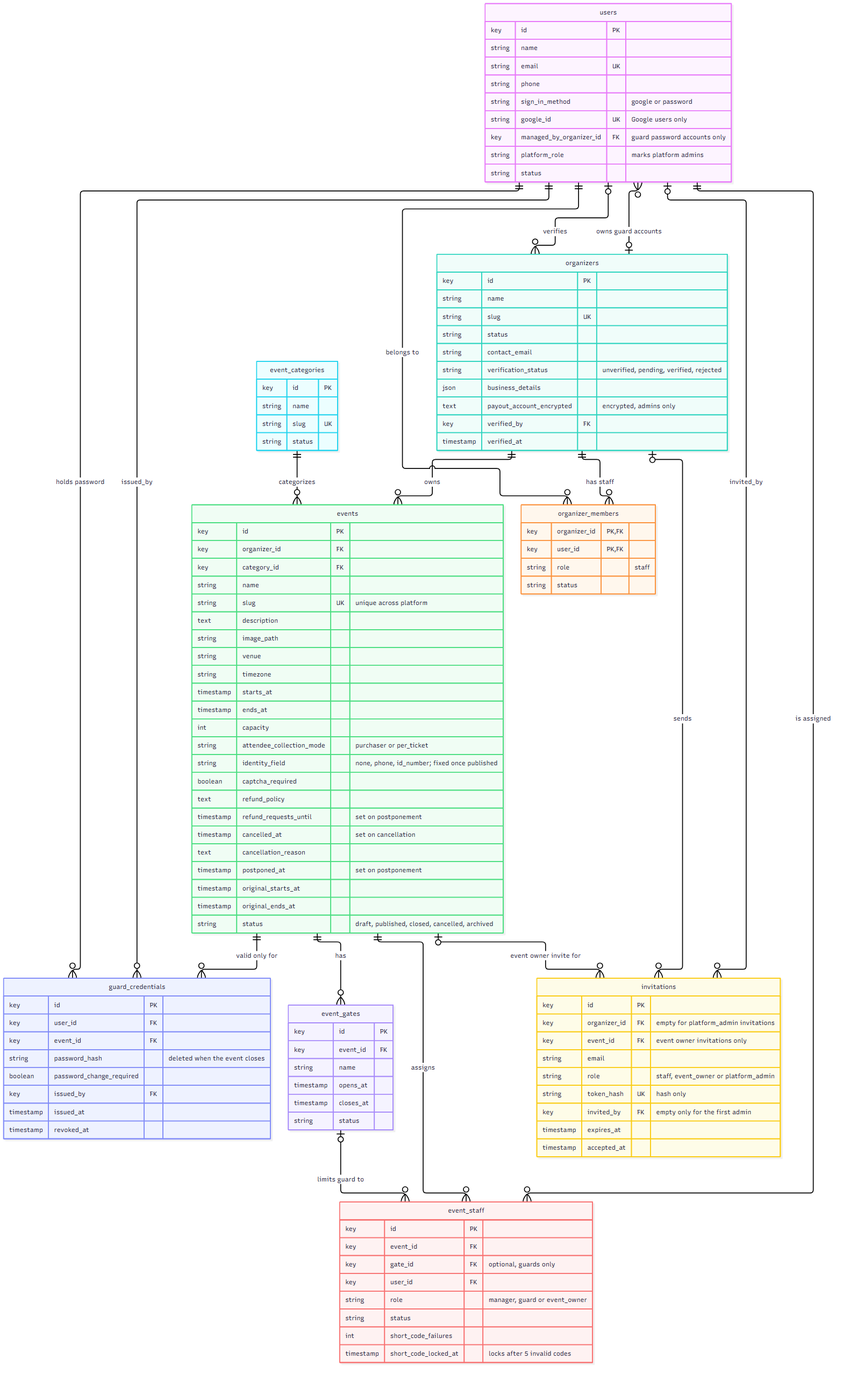
This is doc/diagrams/erd/01-identity-and-tenancy.png from kreativesahara/ticket, a Mermaid export, as it was before one commit. Its source is kept beside it as doc/diagrams/erd/01-identity-and-tenancy.mmd.
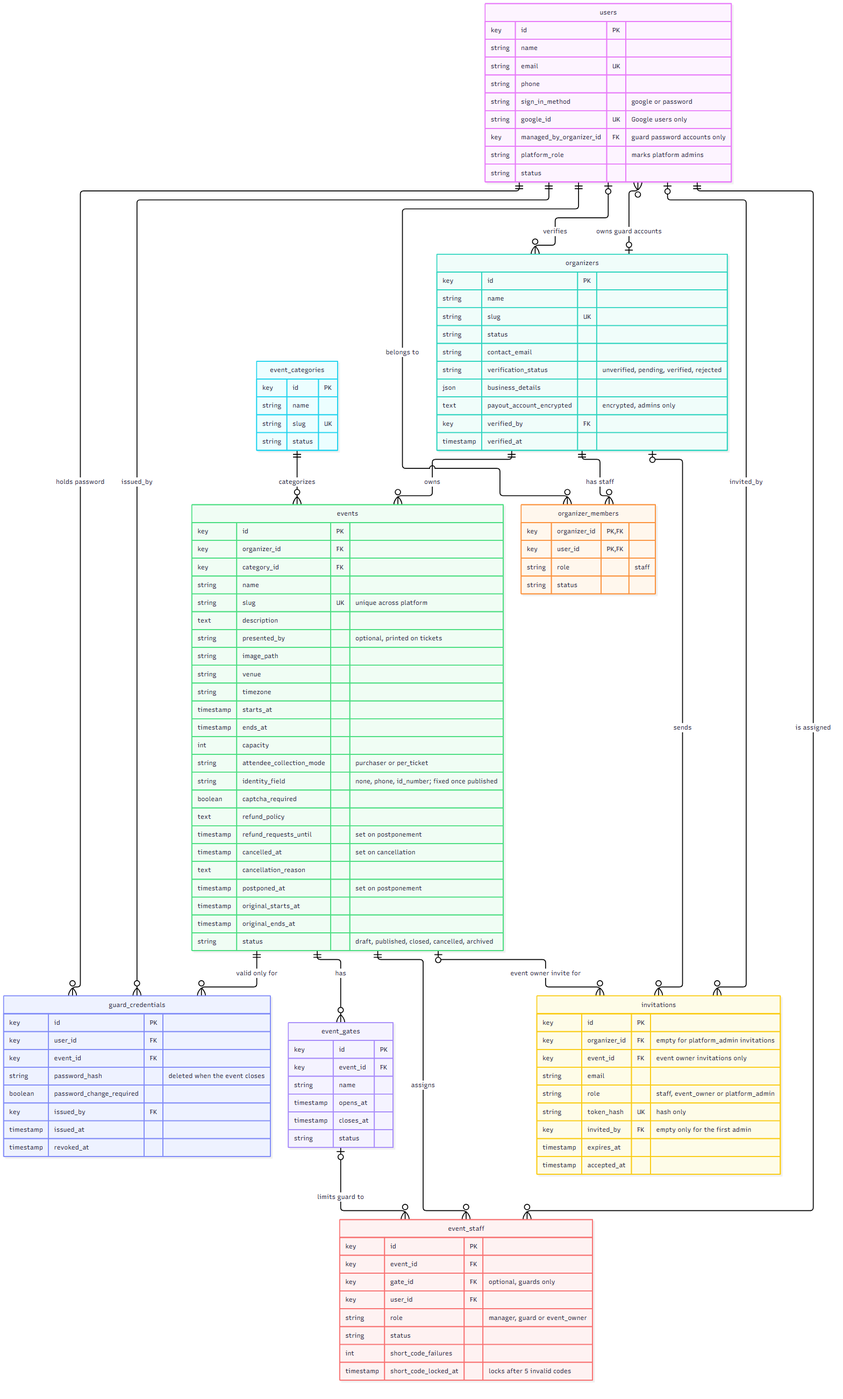
The same diagram one commit later.

Change to the diagram source:
```diff
@@ -41,6 +41,7 @@
         string name
         string slug UK "unique across platform"
         text description
+        string presented_by "optional, printed on tickets"
         string image_path
         string venue
         string timezone
```
